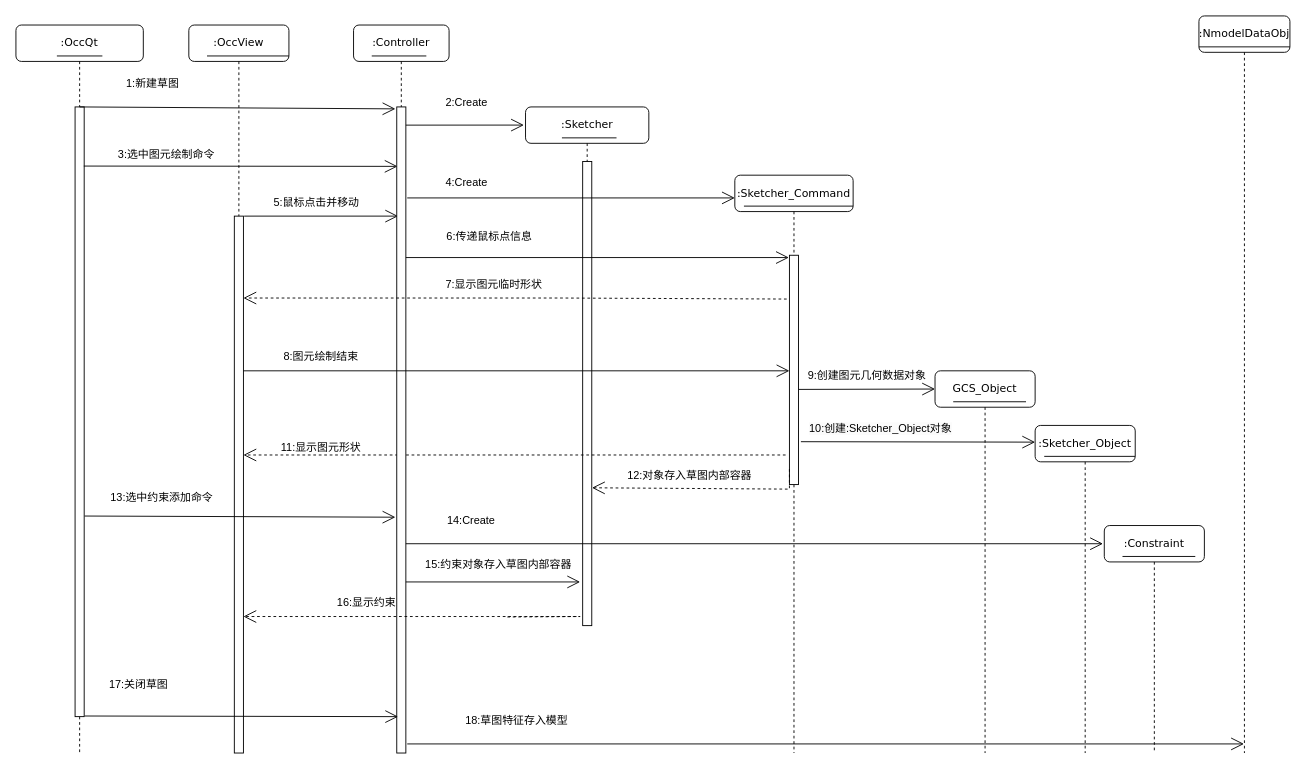
liuhuliuhu123/First-test keeps this draw.io diagram as 系统与算法交互时序图.drawio. Above is the earlier version. Source tidied: cells renumbered, new cells numbered last; positions are measured from the earlier drawing's top-left corner, leaving out a move shared by most shapes. Both pictures are drawn from the tidied source at 91%, with x=0, y=0 at pixel (15, 15).
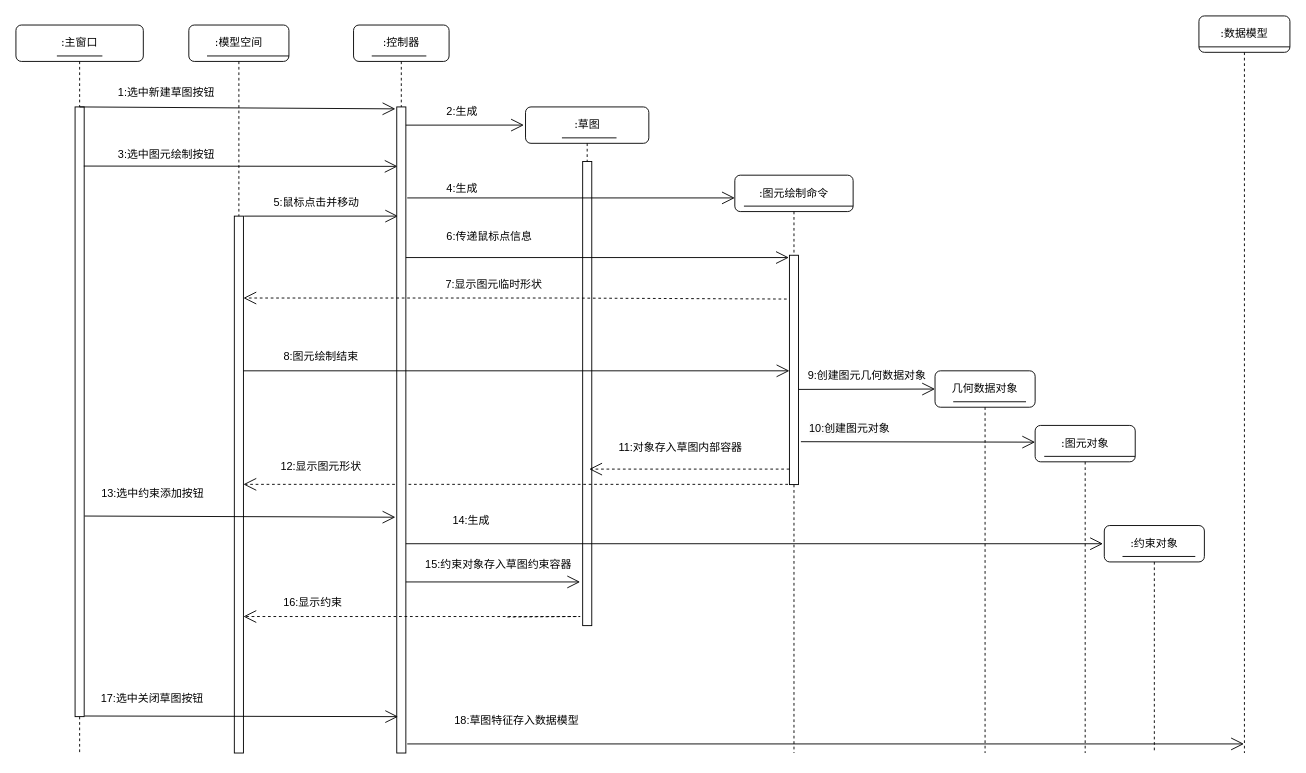
Above is the later version.

Commit message:
更新系统与算法交互时序图.drawio

The change refers to these unchanged cells:
```xml
<mxCell id="3" style="html=1;points=[];perimeter=orthogonalPerimeter;rounded=0;shadow=0;comic=0;labelBackgroundColor=none;strokeWidth=1;fontFamily=Verdana;fontSize=12;align=center;" parent="2" vertex="1">
  <mxGeometry x="50" y="210" width="10" height="590" as="geometry" />
</mxCell>
<mxCell id="6" style="html=1;points=[];perimeter=orthogonalPerimeter;rounded=0;shadow=0;comic=0;labelBackgroundColor=none;strokeWidth=1;fontFamily=Verdana;fontSize=12;align=center;" parent="5" vertex="1">
  <mxGeometry x="62.8" y="60" width="10" height="510" as="geometry" />
</mxCell>
<mxCell id="10" style="html=1;points=[];perimeter=orthogonalPerimeter;rounded=0;shadow=0;comic=0;labelBackgroundColor=none;strokeWidth=1;fontFamily=Verdana;fontSize=12;align=center;" parent="8" vertex="1">
  <mxGeometry x="60" y="88" width="10" height="252" as="geometry" />
</mxCell>
```

What changed in the source:
```diff
@@
-    <mxCell id="2" value=":OccView" style="shape=umlLifeline;perimeter=lifelinePerimeter;whiteSpace=wrap;html=1;rounded=1;shadow=0;comic=0;labelBackgroundColor=none;strokeWidth=1;fontFamily=Verdana;fontSize=12;align=center;" parent="1" vertex="1">
+    <mxCell id="2" value=":模型空间" style="shape=umlLifeline;perimeter=lifelinePerimeter;whiteSpace=wrap;html=1;rounded=1;shadow=0;comic=0;labelBackgroundColor=none;strokeWidth=1;fontFamily=Verdana;fontSize=12;align=center;" parent="1" vertex="1">
       <mxGeometry x="190" y="10" width="110" height="800" as="geometry" />
     </mxCell>
@@
-    <mxCell id="5" value=":Sketcher" style="shape=umlLifeline;perimeter=lifelinePerimeter;whiteSpace=wrap;html=1;outlineConnect=0;rounded=1;shadow=0;comic=0;labelBackgroundColor=none;strokeWidth=1;fontFamily=Verdana;fontSize=12;align=center;" parent="1" vertex="1">
+    <mxCell id="5" value=":草图" style="shape=umlLifeline;perimeter=lifelinePerimeter;whiteSpace=wrap;html=1;outlineConnect=0;rounded=1;shadow=0;comic=0;labelBackgroundColor=none;strokeWidth=1;fontFamily=Verdana;fontSize=12;align=center;" parent="1" vertex="1">
       <mxGeometry x="560" y="100" width="135.5" height="570" as="geometry" />
     </mxCell>
@@
-    <mxCell id="8" value=":Sketcher_Command" style="shape=umlLifeline;perimeter=lifelinePerimeter;whiteSpace=wrap;html=1;rounded=1;shadow=0;comic=0;labelBackgroundColor=none;strokeWidth=1;fontFamily=Verdana;fontSize=12;align=center;" parent="1" vertex="1">
+    <mxCell id="8" value=":图元绘制命令" style="shape=umlLifeline;perimeter=lifelinePerimeter;whiteSpace=wrap;html=1;rounded=1;shadow=0;comic=0;labelBackgroundColor=none;strokeWidth=1;fontFamily=Verdana;fontSize=12;align=center;" parent="1" vertex="1">
       <mxGeometry x="790" y="175" width="130" height="635" as="geometry" />
     </mxCell>
@@
-    <mxCell id="11" style="endArrow=open;endFill=1;endSize=12;html=1;rounded=0;dashed=1;entryX=1.025;entryY=0.703;entryDx=0;entryDy=0;entryPerimeter=0;" parent="8" edge="1" target="6">
+    <mxCell id="11" style="endArrow=open;endFill=1;endSize=12;html=1;rounded=0;dashed=1;" parent="8" edge="1">
       <mxGeometry relative="1" as="geometry">
         <mxPoint x="60" y="323" as="sourcePoint" />
-        <Array as="points">
-          <mxPoint x="60" y="345" />
-        </Array>
+        <mxPoint x="-160" y="323" as="targetPoint" />
       </mxGeometry>
     </mxCell>
-    <mxCell id="12" value=":NmodelDataObj" style="shape=umlLifeline;perimeter=lifelinePerimeter;whiteSpace=wrap;html=1;outlineConnect=0;rounded=1;shadow=0;comic=0;labelBackgroundColor=none;strokeWidth=1;fontFamily=Verdana;fontSize=12;align=center;" parent="1" vertex="1">
+    <mxCell id="12" value=":数据模型" style="shape=umlLifeline;perimeter=lifelinePerimeter;whiteSpace=wrap;html=1;outlineConnect=0;rounded=1;shadow=0;comic=0;labelBackgroundColor=none;strokeWidth=1;fontFamily=Verdana;fontSize=12;align=center;" parent="1" vertex="1">
       <mxGeometry x="1300" width="100" height="810" as="geometry" />
     </mxCell>
@@
-    <mxCell id="14" value=":OccQt&lt;br&gt;" style="shape=umlLifeline;perimeter=lifelinePerimeter;whiteSpace=wrap;html=1;rounded=1;shadow=0;comic=0;labelBackgroundColor=none;strokeWidth=1;fontFamily=Verdana;fontSize=12;align=center;" parent="1" vertex="1">
+    <mxCell id="14" value=":主窗口" style="shape=umlLifeline;perimeter=lifelinePerimeter;whiteSpace=wrap;html=1;rounded=1;shadow=0;comic=0;labelBackgroundColor=none;strokeWidth=1;fontFamily=Verdana;fontSize=12;align=center;" parent="1" vertex="1">
       <mxGeometry y="10" width="140" height="800" as="geometry" />
     </mxCell>
@@
-    <mxCell id="17" value="17:关闭草图" style="text;html=1;strokeColor=none;fillColor=none;align=center;verticalAlign=middle;whiteSpace=wrap;rounded=0;" parent="14" vertex="1">
-      <mxGeometry x="100" y="710" width="70" height="30" as="geometry" />
-    </mxCell>
-    <mxCell id="18" value="13:选中约束添加命令" style="text;html=1;align=center;verticalAlign=middle;strokeColor=none;fillColor=none;" parent="14" vertex="1">
-      <mxGeometry x="90" y="505" width="140" height="30" as="geometry" />
-    </mxCell>
@@
-    <mxCell id="20" value="3:选中图元绘制命令" style="text;html=1;align=center;verticalAlign=middle;strokeColor=none;fillColor=none;" parent="1" vertex="1">
+    <mxCell id="20" value="3:选中图元绘制按钮" style="text;html=1;align=center;verticalAlign=middle;strokeColor=none;fillColor=none;" parent="1" vertex="1">
       <mxGeometry x="100" y="138" width="130" height="30" as="geometry" />
     </mxCell>
@@
-    <mxCell id="25" value=":Sketcher_Object" style="shape=umlLifeline;perimeter=lifelinePerimeter;whiteSpace=wrap;html=1;outlineConnect=0;rounded=1;shadow=0;comic=0;labelBackgroundColor=none;strokeWidth=1;fontFamily=Verdana;fontSize=12;align=center;" parent="1" vertex="1">
+    <mxCell id="25" value=":图元对象" style="shape=umlLifeline;perimeter=lifelinePerimeter;whiteSpace=wrap;html=1;outlineConnect=0;rounded=1;shadow=0;comic=0;labelBackgroundColor=none;strokeWidth=1;fontFamily=Verdana;fontSize=12;align=center;" parent="1" vertex="1">
       <mxGeometry x="1120" y="450" width="110" height="360" as="geometry" />
     </mxCell>
@@
-    <mxCell id="27" value="GCS_Object" style="shape=umlLifeline;perimeter=lifelinePerimeter;whiteSpace=wrap;html=1;rounded=1;shadow=0;comic=0;labelBackgroundColor=none;strokeWidth=1;fontFamily=Verdana;fontSize=12;align=center;" parent="1" vertex="1">
+    <mxCell id="27" value="几何数据对象" style="shape=umlLifeline;perimeter=lifelinePerimeter;whiteSpace=wrap;html=1;rounded=1;shadow=0;comic=0;labelBackgroundColor=none;strokeWidth=1;fontFamily=Verdana;fontSize=12;align=center;" parent="1" vertex="1">
       <mxGeometry x="1010" y="390" width="110" height="420" as="geometry" />
     </mxCell>
@@
-    <mxCell id="29" style="endArrow=open;endFill=1;endSize=12;html=1;rounded=0;exitX=-0.42;exitY=0.871;exitDx=0;exitDy=0;exitPerimeter=0;dashed=1;" parent="1" edge="1" source="10" target="3">
+    <mxCell id="29" style="endArrow=open;endFill=1;endSize=12;html=1;rounded=0;exitX=-0.156;exitY=0.999;exitDx=0;exitDy=0;exitPerimeter=0;dashed=1;" parent="1" edge="1" source="10" target="3">
       <mxGeometry relative="1" as="geometry" />
     </mxCell>
-    <mxCell id="30" value="11:显示图元形状" style="text;html=1;align=center;verticalAlign=middle;strokeColor=none;fillColor=none;" parent="1" vertex="1">
-      <mxGeometry x="280" y="460" width="110" height="30" as="geometry" />
+    <mxCell id="30" value="12:显示图元形状" style="text;html=1;align=center;verticalAlign=middle;strokeColor=none;fillColor=none;" parent="1" vertex="1">
+      <mxGeometry x="280" y="480" width="110" height="30" as="geometry" />
     </mxCell>
-    <mxCell id="31" value=":Controller" style="shape=umlLifeline;perimeter=lifelinePerimeter;whiteSpace=wrap;html=1;rounded=1;shadow=0;comic=0;labelBackgroundColor=none;strokeWidth=1;fontFamily=Verdana;fontSize=12;align=center;" parent="1" vertex="1">
+    <mxCell id="31" value=":控制器" style="shape=umlLifeline;perimeter=lifelinePerimeter;whiteSpace=wrap;html=1;rounded=1;shadow=0;comic=0;labelBackgroundColor=none;strokeWidth=1;fontFamily=Verdana;fontSize=12;align=center;" parent="1" vertex="1">
       <mxGeometry x="371" y="10" width="105" height="800" as="geometry" />
     </mxCell>
@@
-    <mxCell id="37" value="4:Create" style="text;html=1;align=center;verticalAlign=middle;strokeColor=none;fillColor=none;" parent="1" vertex="1">
-      <mxGeometry x="460" y="168" width="70" height="30" as="geometry" />
+    <mxCell id="37" value="4:生成" style="text;html=1;align=center;verticalAlign=middle;strokeColor=none;fillColor=none;" parent="1" vertex="1">
+      <mxGeometry x="460" y="175" width="60" height="30" as="geometry" />
     </mxCell>
@@
-    <mxCell id="40" value=":Constraint" style="shape=umlLifeline;perimeter=lifelinePerimeter;whiteSpace=wrap;html=1;outlineConnect=0;rounded=1;shadow=0;comic=0;labelBackgroundColor=none;strokeWidth=1;fontFamily=Verdana;fontSize=12;align=center;" parent="1" vertex="1">
+    <mxCell id="40" value=":约束对象" style="shape=umlLifeline;perimeter=lifelinePerimeter;whiteSpace=wrap;html=1;outlineConnect=0;rounded=1;shadow=0;comic=0;labelBackgroundColor=none;strokeWidth=1;fontFamily=Verdana;fontSize=12;align=center;" parent="1" vertex="1">
       <mxGeometry x="1196" y="560" width="110" height="250" as="geometry" />
     </mxCell>
@@
-    <mxCell id="42" value="14:Create" style="text;html=1;align=center;verticalAlign=middle;strokeColor=none;fillColor=none;" parent="1" vertex="1">
-      <mxGeometry x="460" y="540" width="80" height="30" as="geometry" />
+    <mxCell id="42" value="14:生成" style="text;html=1;align=center;verticalAlign=middle;strokeColor=none;fillColor=none;" parent="1" vertex="1">
+      <mxGeometry x="470" y="540" width="60" height="30" as="geometry" />
     </mxCell>
@@
     <mxCell id="44" value="16:显示约束" style="text;html=1;align=center;verticalAlign=middle;strokeColor=none;fillColor=none;" parent="1" vertex="1">
-      <mxGeometry x="340" y="630" width="90" height="30" as="geometry" />
+      <mxGeometry x="281" y="630" width="90" height="30" as="geometry" />
     </mxCell>
-    <mxCell id="45" value="18:草图特征存入模型" style="text;html=1;align=center;verticalAlign=middle;strokeColor=none;fillColor=none;" parent="1" vertex="1">
-      <mxGeometry x="480" y="760" width="140" height="30" as="geometry" />
+    <mxCell id="45" value="18:草图特征存入数据模型" style="text;html=1;align=center;verticalAlign=middle;strokeColor=none;fillColor=none;" parent="1" vertex="1">
+      <mxGeometry x="470" y="760" width="160" height="30" as="geometry" />
     </mxCell>
-    <mxCell id="46" value="1:新建草图" style="text;html=1;align=center;verticalAlign=middle;strokeColor=none;fillColor=none;" parent="1" vertex="1">
-      <mxGeometry x="110" y="60" width="80" height="30" as="geometry" />
+    <mxCell id="46" value="1:选中新建草图按钮" style="text;html=1;align=center;verticalAlign=middle;strokeColor=none;fillColor=none;" parent="1" vertex="1">
+      <mxGeometry x="100" y="70" width="130" height="30" as="geometry" />
     </mxCell>
-    <mxCell id="47" value="2:Create" style="text;html=1;align=center;verticalAlign=middle;strokeColor=none;fillColor=none;" parent="1" vertex="1">
-      <mxGeometry x="460" y="80" width="70" height="30" as="geometry" />
+    <mxCell id="47" value="2:生成" style="text;html=1;align=center;verticalAlign=middle;strokeColor=none;fillColor=none;" parent="1" vertex="1">
+      <mxGeometry x="460" y="90" width="60" height="30" as="geometry" />
     </mxCell>
@@
-    <mxCell id="58" value="12:对象存入草图内部容器" style="text;html=1;align=center;verticalAlign=middle;strokeColor=none;fillColor=none;" parent="1" vertex="1">
-      <mxGeometry x="660" y="490" width="160" height="30" as="geometry" />
+    <mxCell id="58" value="11:对象存入草图内部容器" style="text;html=1;align=center;verticalAlign=middle;strokeColor=none;fillColor=none;" parent="1" vertex="1">
+      <mxGeometry x="650" y="460" width="160" height="30" as="geometry" />
     </mxCell>
-    <mxCell id="59" value="&lt;span style=&quot;color: rgb(0, 0, 0); font-family: Helvetica; font-size: 12px; font-style: normal; font-variant-ligatures: normal; font-variant-caps: normal; font-weight: 400; letter-spacing: normal; orphans: 2; text-align: center; text-indent: 0px; text-transform: none; widows: 2; word-spacing: 0px; -webkit-text-stroke-width: 0px; background-color: rgb(251, 251, 251); text-decoration-thickness: initial; text-decoration-style: initial; text-decoration-color: initial; float: none; display: inline !important;&quot;&gt;10:创建:Sketcher_Object对象&lt;/span&gt;" style="text;whiteSpace=wrap;html=1;" parent="1" vertex="1">
+    <mxCell id="59" value="&lt;span style=&quot;color: rgb(0, 0, 0); font-family: Helvetica; font-size: 12px; font-style: normal; font-variant-ligatures: normal; font-variant-caps: normal; font-weight: 400; letter-spacing: normal; orphans: 2; text-align: center; text-indent: 0px; text-transform: none; widows: 2; word-spacing: 0px; -webkit-text-stroke-width: 0px; background-color: rgb(251, 251, 251); text-decoration-thickness: initial; text-decoration-style: initial; text-decoration-color: initial; float: none; display: inline !important;&quot;&gt;10:创建图元对象&lt;/span&gt;" style="text;whiteSpace=wrap;html=1;" parent="1" vertex="1">
       <mxGeometry x="870" y="440" width="160" height="40" as="geometry" />
     </mxCell>
-    <mxCell id="60" value="15:约束对象存入草图内部容器" style="text;html=1;align=center;verticalAlign=middle;strokeColor=none;fillColor=none;" parent="1" vertex="1">
+    <mxCell id="60" value="15:约束对象存入草图约束容器" style="text;html=1;align=center;verticalAlign=middle;strokeColor=none;fillColor=none;" parent="1" vertex="1">
       <mxGeometry x="440" y="588" width="180" height="30" as="geometry" />
     </mxCell>
+    <mxCell id="18" value="13:选中约束添加按钮" style="text;html=1;align=center;verticalAlign=middle;strokeColor=none;fillColor=none;" parent="1" vertex="1">
+      <mxGeometry x="80" y="510" width="140" height="30" as="geometry" />
+    </mxCell>
+    <mxCell id="17" value="17:选中关闭草图按钮" style="text;html=1;strokeColor=none;fillColor=none;align=center;verticalAlign=middle;whiteSpace=wrap;rounded=0;" parent="1" vertex="1">
+      <mxGeometry x="90" y="740" width="120" height="20" as="geometry" />
+    </mxCell>
```
